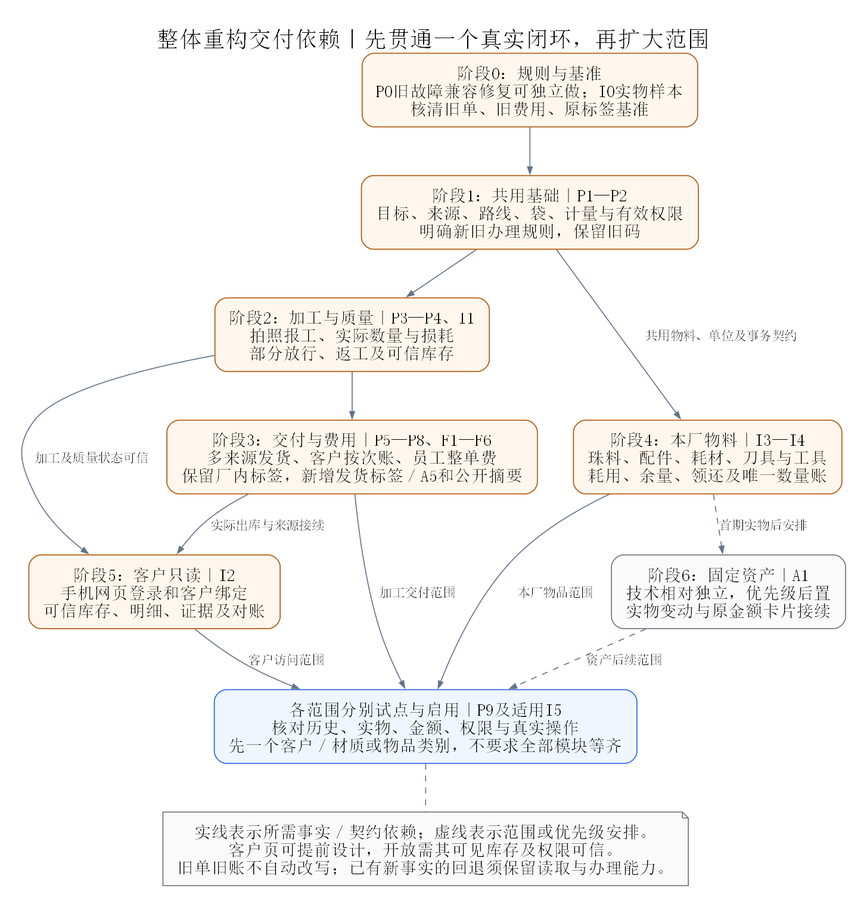
sxliuchen-hash/zhubao-ERP keeps this Graphviz diagram as docs/diagrams/refactor-master/02-delivery-roadmap.png. Above is the earlier version. Its source is kept beside it as docs/diagrams/refactor-master/02-delivery-roadmap.dot.
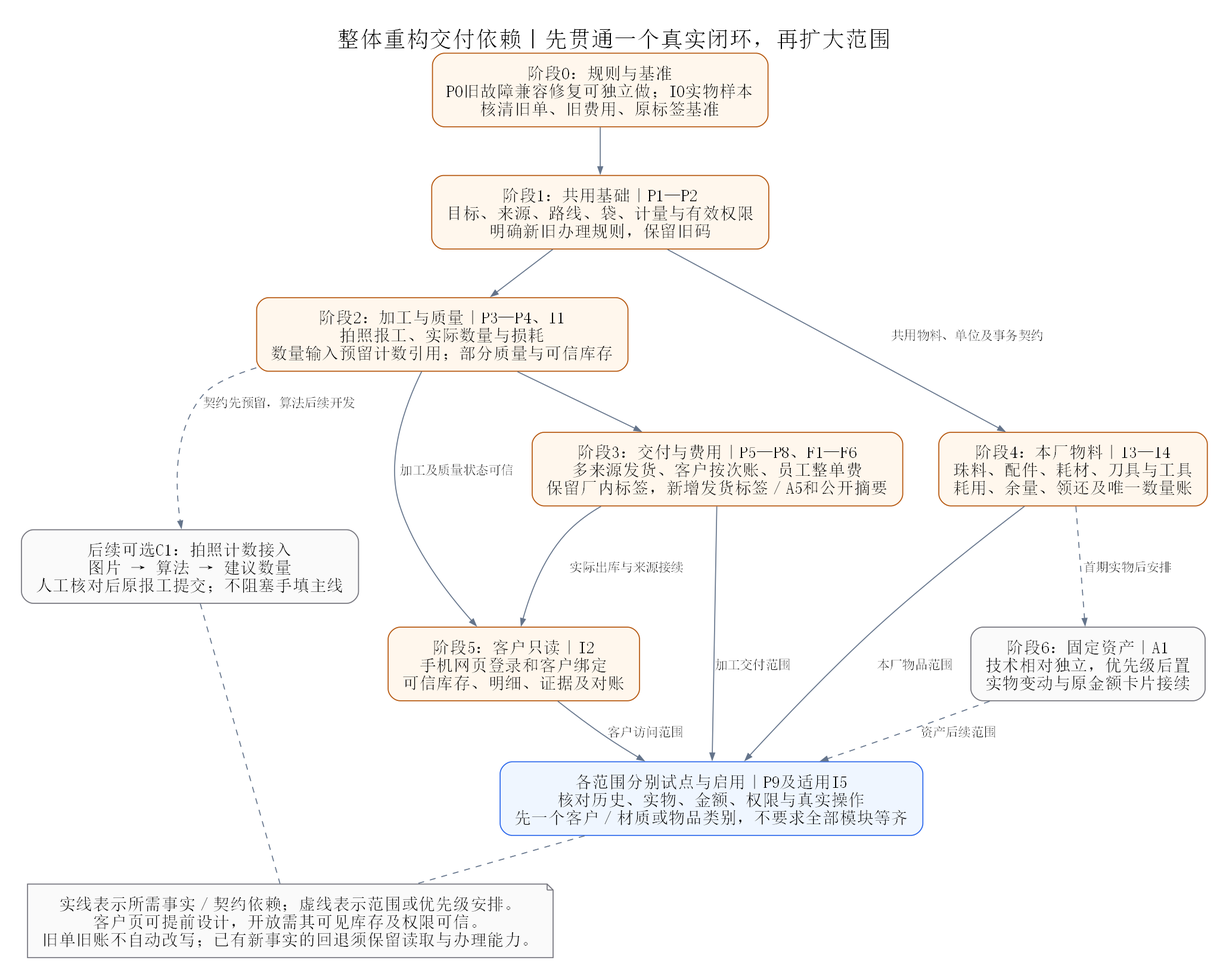
Above is the later version.

Change to the diagram source:
```diff
@@ -4,16 +4,18 @@
  edge [fontname="SimSun",fontsize=13,color="#64748b",arrowsize=0.7];
  r0 [label="阶段0：规则与基准\nP0旧故障兼容修复可独立做；I0实物样本\n核清旧单、旧费用、原标签基准"];
  r1 [label="阶段1：共用基础｜P1—P2\n目标、来源、路线、袋、计量与有效权限\n明确新旧办理规则，保留旧码"];
- r2 [label="阶段2：加工与质量｜P3—P4、I1\n拍照报工、实际数量与损耗\n部分放行、返工及可信库存"];
+ r2 [label="阶段2：加工与质量｜P3—P4、I1\n拍照报工、实际数量与损耗\n数量输入预留计数引用；部分质量与可信库存"];
  r3 [label="阶段3：交付与费用｜P5—P8、F1—F6\n多来源发货、客户按次账、员工整单费\n保留厂内标签，新增发货标签／A5和公开摘要"];
  r4 [label="阶段4：本厂物料｜I3—I4\n珠料、配件、耗材、刀具与工具\n耗用、余量、领还及唯一数量账"];
  r5 [label="阶段5：客户只读｜I2\n手机网页登录和客户绑定\n可信库存、明细、证据及对账"];
  r6 [label="阶段6：固定资产｜A1\n技术相对独立，优先级后置\n实物变动与原金额卡片接续",color="#71717a",fillcolor="#fafafa"];
+ count [label="后续可选C1：拍照计数接入\n图片 → 算法 → 建议数量\n人工核对后原报工提交；不阻塞手填主线",color="#71717a",fillcolor="#fafafa"];
  pilot [label="各范围分别试点与启用｜P9及适用I5\n核对历史、实物、金额、权限与真实操作\n先一个客户／材质或物品类别，不要求全部模块等齐",color="#2563eb",fillcolor="#eff6ff"];
  note [shape=note,label="实线表示所需事实／契约依赖；虚线表示范围或优先级安排。\n客户页可提前设计，开放需其可见库存及权限可信。\n旧单旧账不自动改写；已有新事实的回退须保留读取与办理能力。",color="#71717a",fillcolor="#fafafa"];
  r0 -> r1;r1 -> r2;r2 -> r3;
  r1 -> r4 [label="共用物料、单位及事务契约"];
  r2 -> r5 [label="加工及质量状态可信"];
+ r2 -> count [style=dashed,label="契约先预留，算法后续开发"];
  r3 -> r5 [label="实际出库与来源接续"];
  r4 -> r6 [style=dashed,label="首期实物后安排"];
  r3 -> pilot [label="加工交付范围"];
@@ -21,4 +23,5 @@
  r5 -> pilot [label="客户访问范围"];
  r6 -> pilot [style=dashed,label="资产后续范围"];
  pilot -> note [style=dashed,arrowhead=none];
+ count -> note [style=dashed,arrowhead=none];
 }
```
